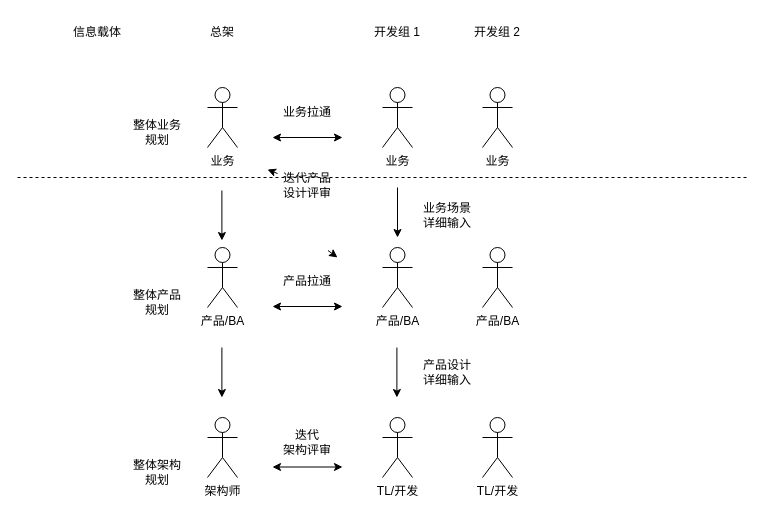
linksgo2011/shaogefenhao-v2 keeps this draw.io diagram as src/others/multiple-team-modeling.drawio. Above is the earlier version. Source tidied: cells renumbered, new cells numbered last; positions are measured from the earlier drawing's top-left corner, leaving out a move shared by most shapes. Both pictures are drawn from the tidied source at 100%, with x=0, y=0 at pixel (17, 17).
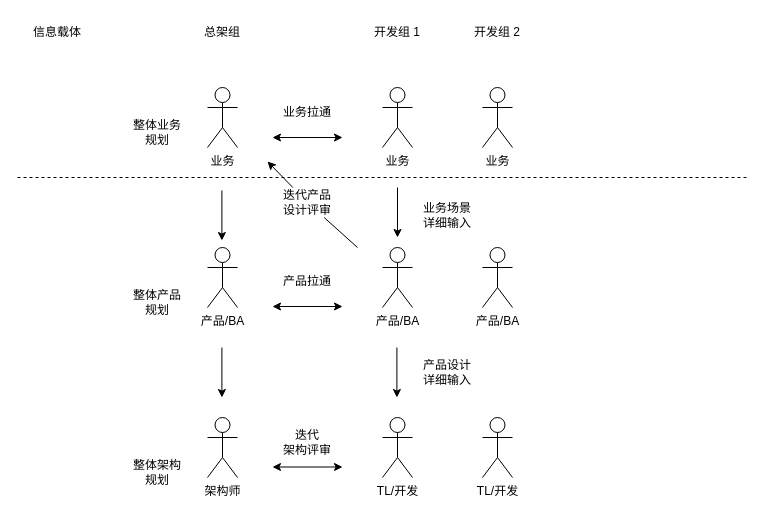
The same page after the edit.

Diff of the diagram source:
```diff
@@
-    <mxCell id="6" value="总架" style="text;html=1;strokeColor=none;fillColor=none;align=center;verticalAlign=middle;whiteSpace=wrap;rounded=0;" parent="1" vertex="1">
+    <mxCell id="6" value="总架组" style="text;html=1;strokeColor=none;fillColor=none;align=center;verticalAlign=middle;whiteSpace=wrap;rounded=0;" parent="1" vertex="1">
       <mxGeometry x="175" width="60" height="30" as="geometry" />
     </mxCell>
@@
     <mxCell id="16" value="信息载体" style="text;html=1;strokeColor=none;fillColor=none;align=center;verticalAlign=middle;whiteSpace=wrap;rounded=0;" parent="1" vertex="1">
-      <mxGeometry x="50" width="60" height="30" as="geometry" />
+      <mxGeometry x="10" width="60" height="30" as="geometry" />
     </mxCell>
@@
-    <mxCell id="23" style="endArrow=classic;startArrow=none;html=1;rounded=0;" parent="1" edge="1">
-      <mxGeometry relative="1" as="geometry">
-        <mxPoint x="310.5" y="233" as="sourcePoint" />
-        <mxPoint x="320" y="240" as="targetPoint" />
-      </mxGeometry>
-    </mxCell>
-    <mxCell id="24" value="迭代产品&lt;br&gt;设计评审" style="text;html=1;strokeColor=none;fillColor=none;align=center;verticalAlign=middle;whiteSpace=wrap;rounded=0;" parent="1" vertex="1">
-      <mxGeometry x="260" y="153" width="60" height="30" as="geometry" />
-    </mxCell>
-    <mxCell id="25" style="endArrow=none;startArrow=classic;html=1;rounded=0;" parent="1" edge="1" target="24">
+    <mxCell id="25" style="endArrow=none;startArrow=none;html=1;rounded=0;" parent="1" edge="1" source="24">
       <mxGeometry relative="1" as="geometry">
-        <mxPoint x="250" y="152" as="sourcePoint" />
+        <mxPoint x="340" y="230" as="targetPoint" />
       </mxGeometry>
     </mxCell>
@@
+    <mxCell id="24" value="迭代产品&lt;br&gt;设计评审" style="text;html=1;strokeColor=none;fillColor=none;align=center;verticalAlign=middle;whiteSpace=wrap;rounded=0;" parent="1" vertex="1">
+      <mxGeometry x="260" y="170" width="60" height="30" as="geometry" />
+    </mxCell>
+    <mxCell id="34" style="endArrow=none;startArrow=classic;html=1;rounded=0;" parent="1" edge="1" target="24">
+      <mxGeometry relative="1" as="geometry">
+        <mxPoint x="250" y="144" as="sourcePoint" />
+      </mxGeometry>
+    </mxCell>
```
